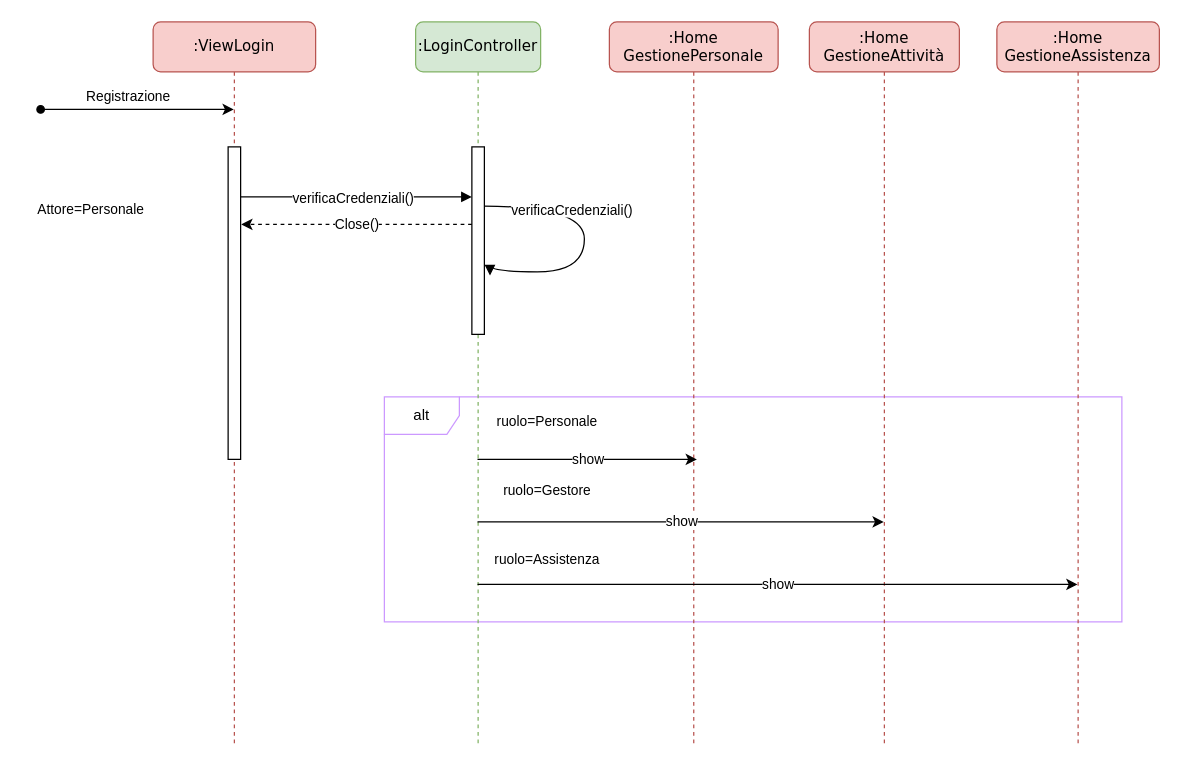
Earlier version of the draw.io diagram page "Login" (2 of 4) of sequenza.drawio (Marco-Burattoni/Progetto-ids). Source tidied: cells renumbered, new cells numbered last; positions are measured from the earlier drawing's top-left corner, leaving out a move shared by most shapes. Both pictures are drawn from the tidied source at 125%, with x=0, y=0 at pixel (21, 21).
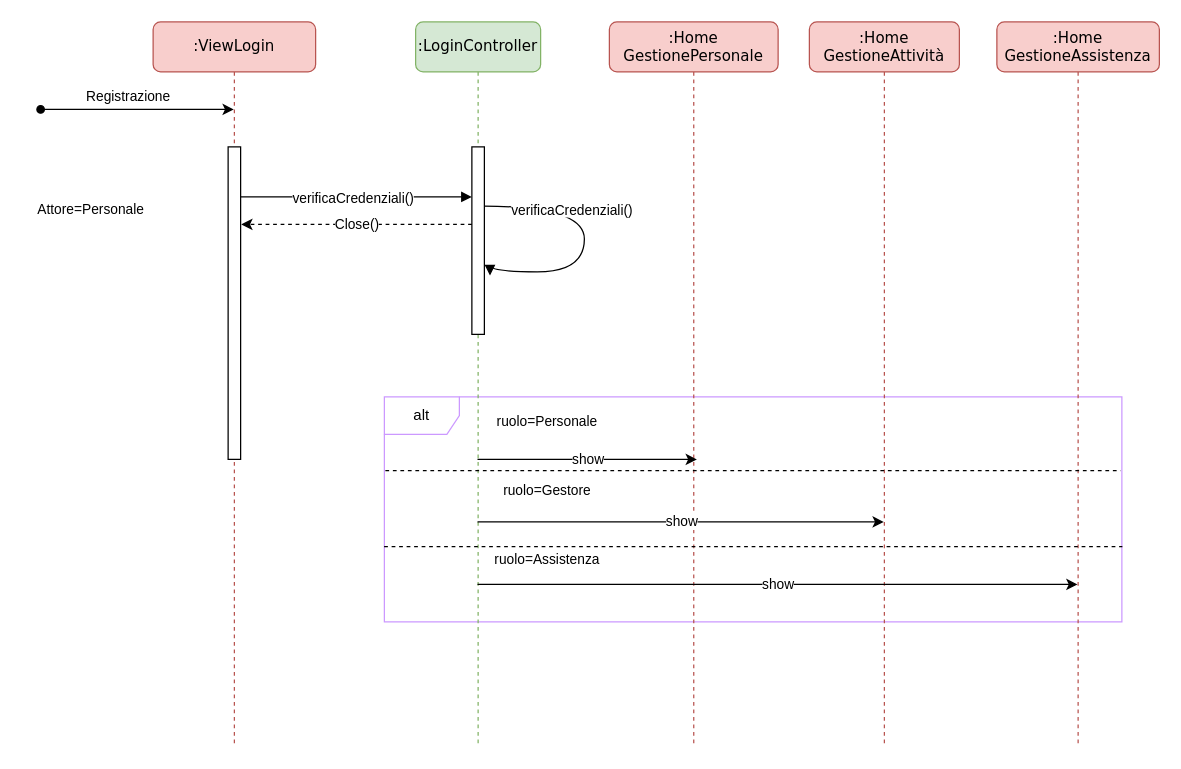
The same diagram, later.

Change to the diagram source:
```diff
@@
+    <mxCell id="21" style="endArrow=none;dashed=1;html=1;rounded=0;exitX=0.003;exitY=0.328;exitDx=0;exitDy=0;exitPerimeter=0;" parent="1" edge="1">
+      <mxGeometry relative="1" as="geometry">
+        <mxPoint x="290.8" y="359" as="sourcePoint" />
+        <mxPoint x="879" y="359" as="targetPoint" />
+      </mxGeometry>
+    </mxCell>
+    <mxCell id="22" style="endArrow=none;dashed=1;html=1;rounded=0;exitX=-0.002;exitY=0.665;exitDx=0;exitDy=0;exitPerimeter=0;entryX=0.999;entryY=0.665;entryDx=0;entryDy=0;entryPerimeter=0;" parent="1" edge="1">
+      <mxGeometry relative="1" as="geometry">
+        <mxPoint x="289.8" y="419.7" as="sourcePoint" />
+        <mxPoint x="880.4" y="419.7" as="targetPoint" />
+      </mxGeometry>
+    </mxCell>
```
